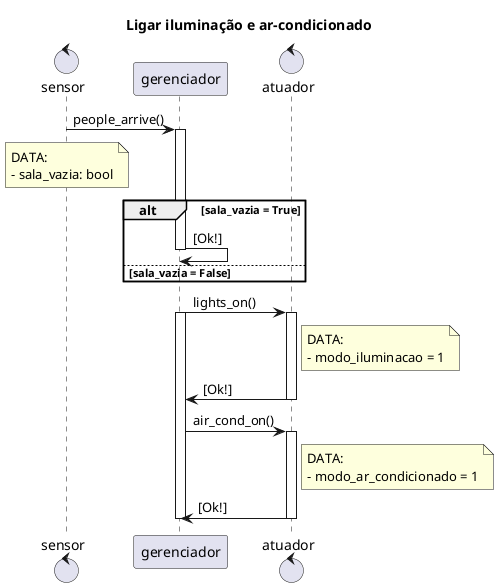
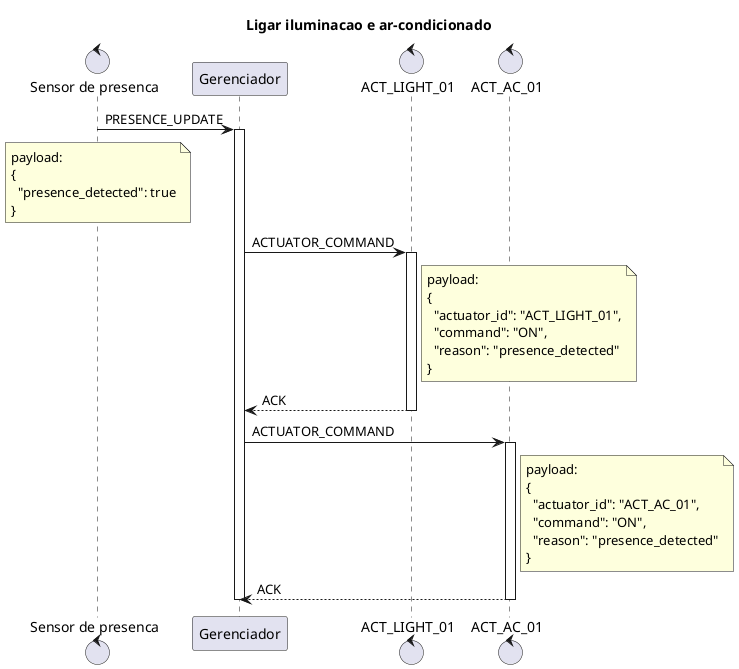
@startuml

- title Ligar iluminação e ar-condicionado
+ title Ligar iluminacao e ar-condicionado

- control sensor
- participant gerenciador
- control atuador
+ control "Sensor de presenca" as presence_sensor
+ participant "Gerenciador" as manager
+ control "ACT_LIGHT_01" as light
+ control "ACT_AC_01" as ac

- sensor -> gerenciador : people_arrive()
- activate gerenciador
- note over of sensor
-   DATA:
-   - sala_vazia: bool
+ presence_sensor -> manager : PRESENCE_UPDATE
+ activate manager
+ note over presence_sensor
+   payload:
+   {
+     "presence_detected": true
+   }
end note

- alt sala_vazia = True
-   gerenciador -> gerenciador : [Ok!]
-   deactivate gerenciador
+ manager -> light : ACTUATOR_COMMAND
+ activate light
+ note right of light
+   payload:
+   {
+     "actuator_id": "ACT_LIGHT_01",
+     "command": "ON",
+     "reason": "presence_detected"
+   }
+ end note
+ light --> manager : ACK
+ deactivate light

- else sala_vazia = False
- end
+ manager -> ac : ACTUATOR_COMMAND
+ activate ac
+ note right of ac
+   payload:
+   {
+     "actuator_id": "ACT_AC_01",
+     "command": "ON",
+     "reason": "presence_detected"
+   }
+ end note
+ ac --> manager : ACK
+ deactivate ac

- gerenciador -> atuador : lights_on()
- activate gerenciador
- activate atuador
- note right of atuador
-   DATA:
-   - modo_iluminacao = 1
- end note
+ deactivate manager

- gerenciador <- atuador : [Ok!]
- deactivate atuador
- 
- gerenciador -> atuador : air_cond_on()
- activate atuador
- note right of atuador
-   DATA:
-   - modo_ar_condicionado = 1
- end note
- 
- gerenciador <- atuador : [Ok!]
- deactivate atuador
- deactivate gerenciador
- 
- @enduml+ @enduml
